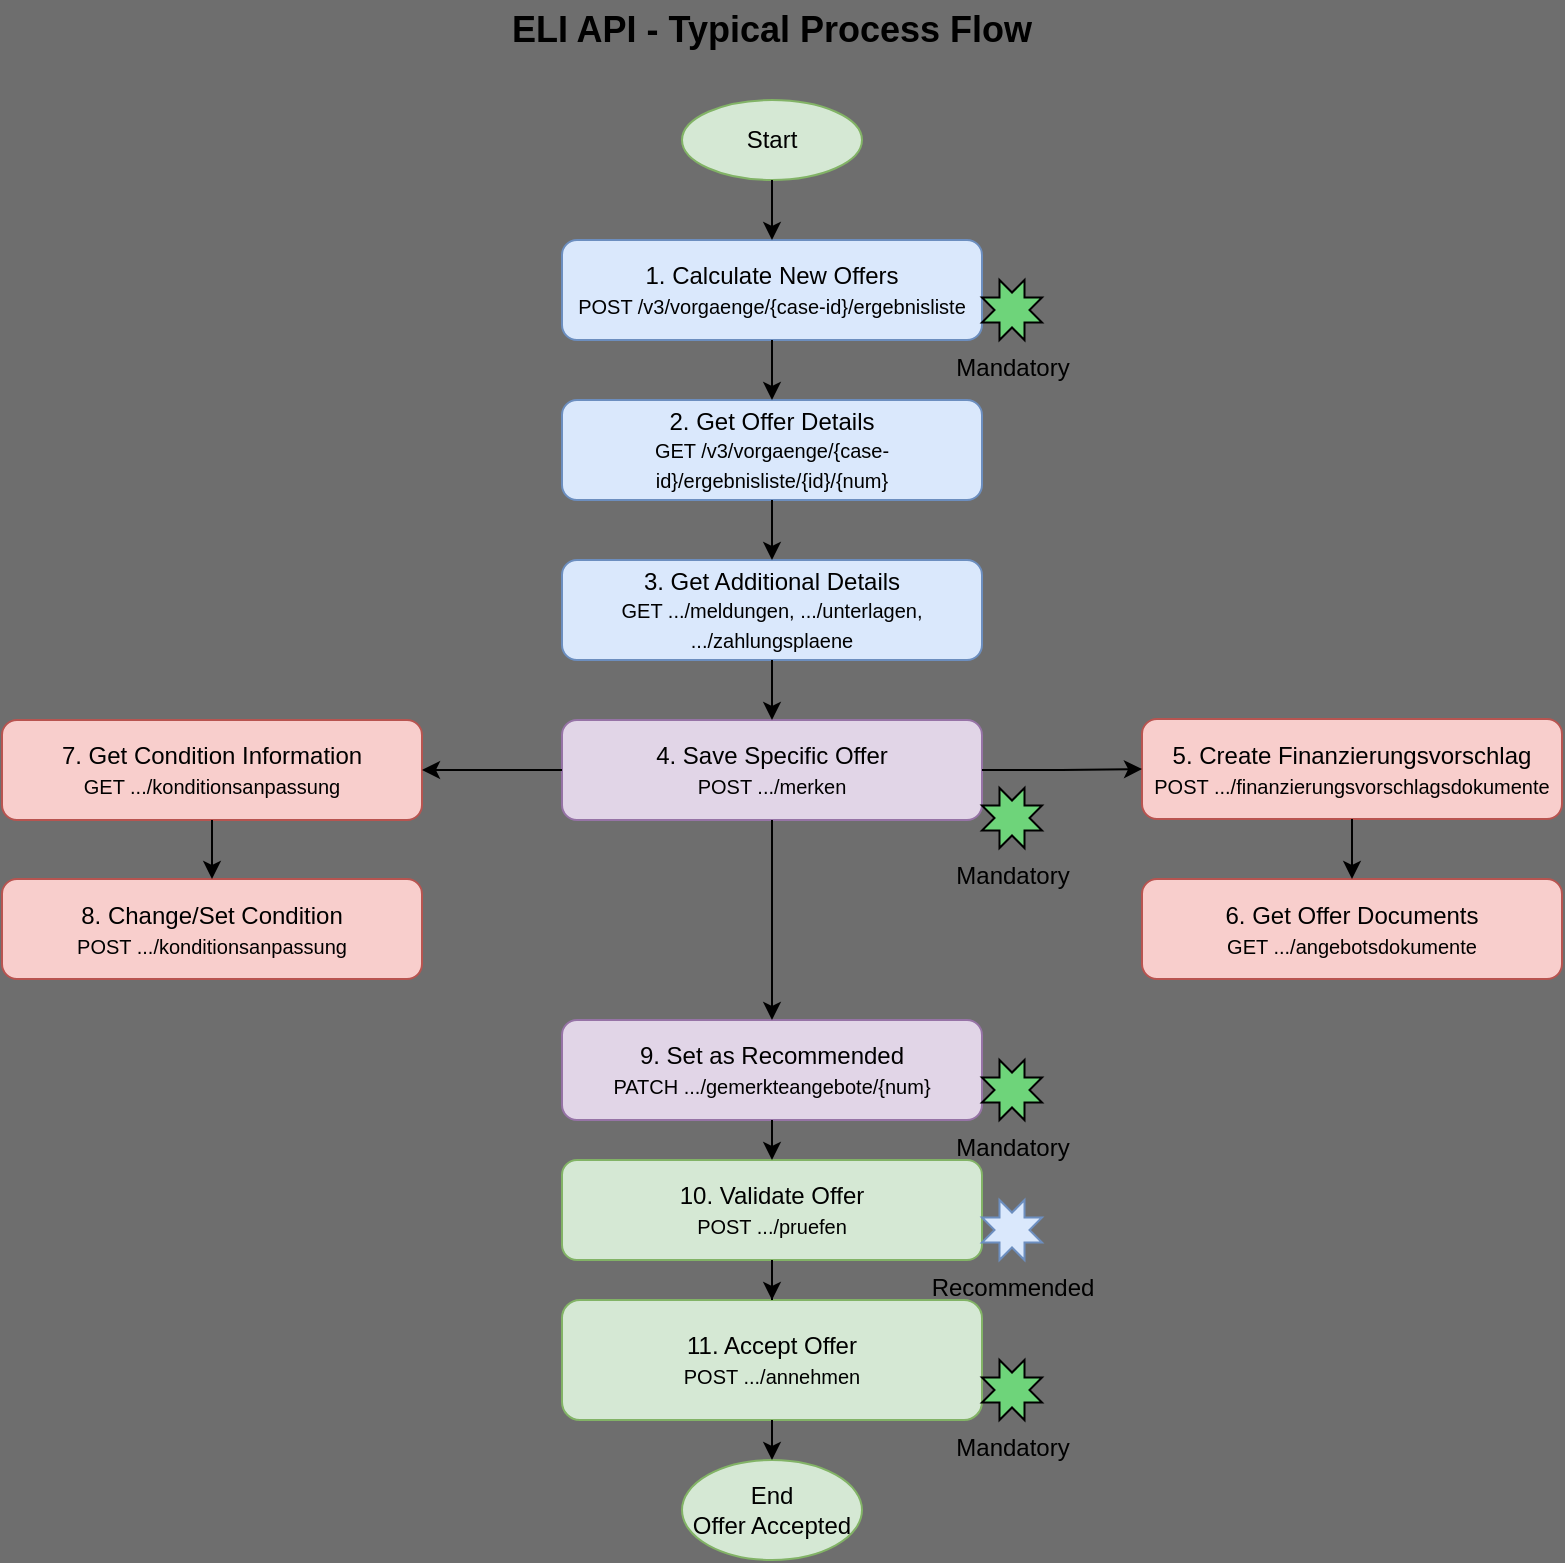
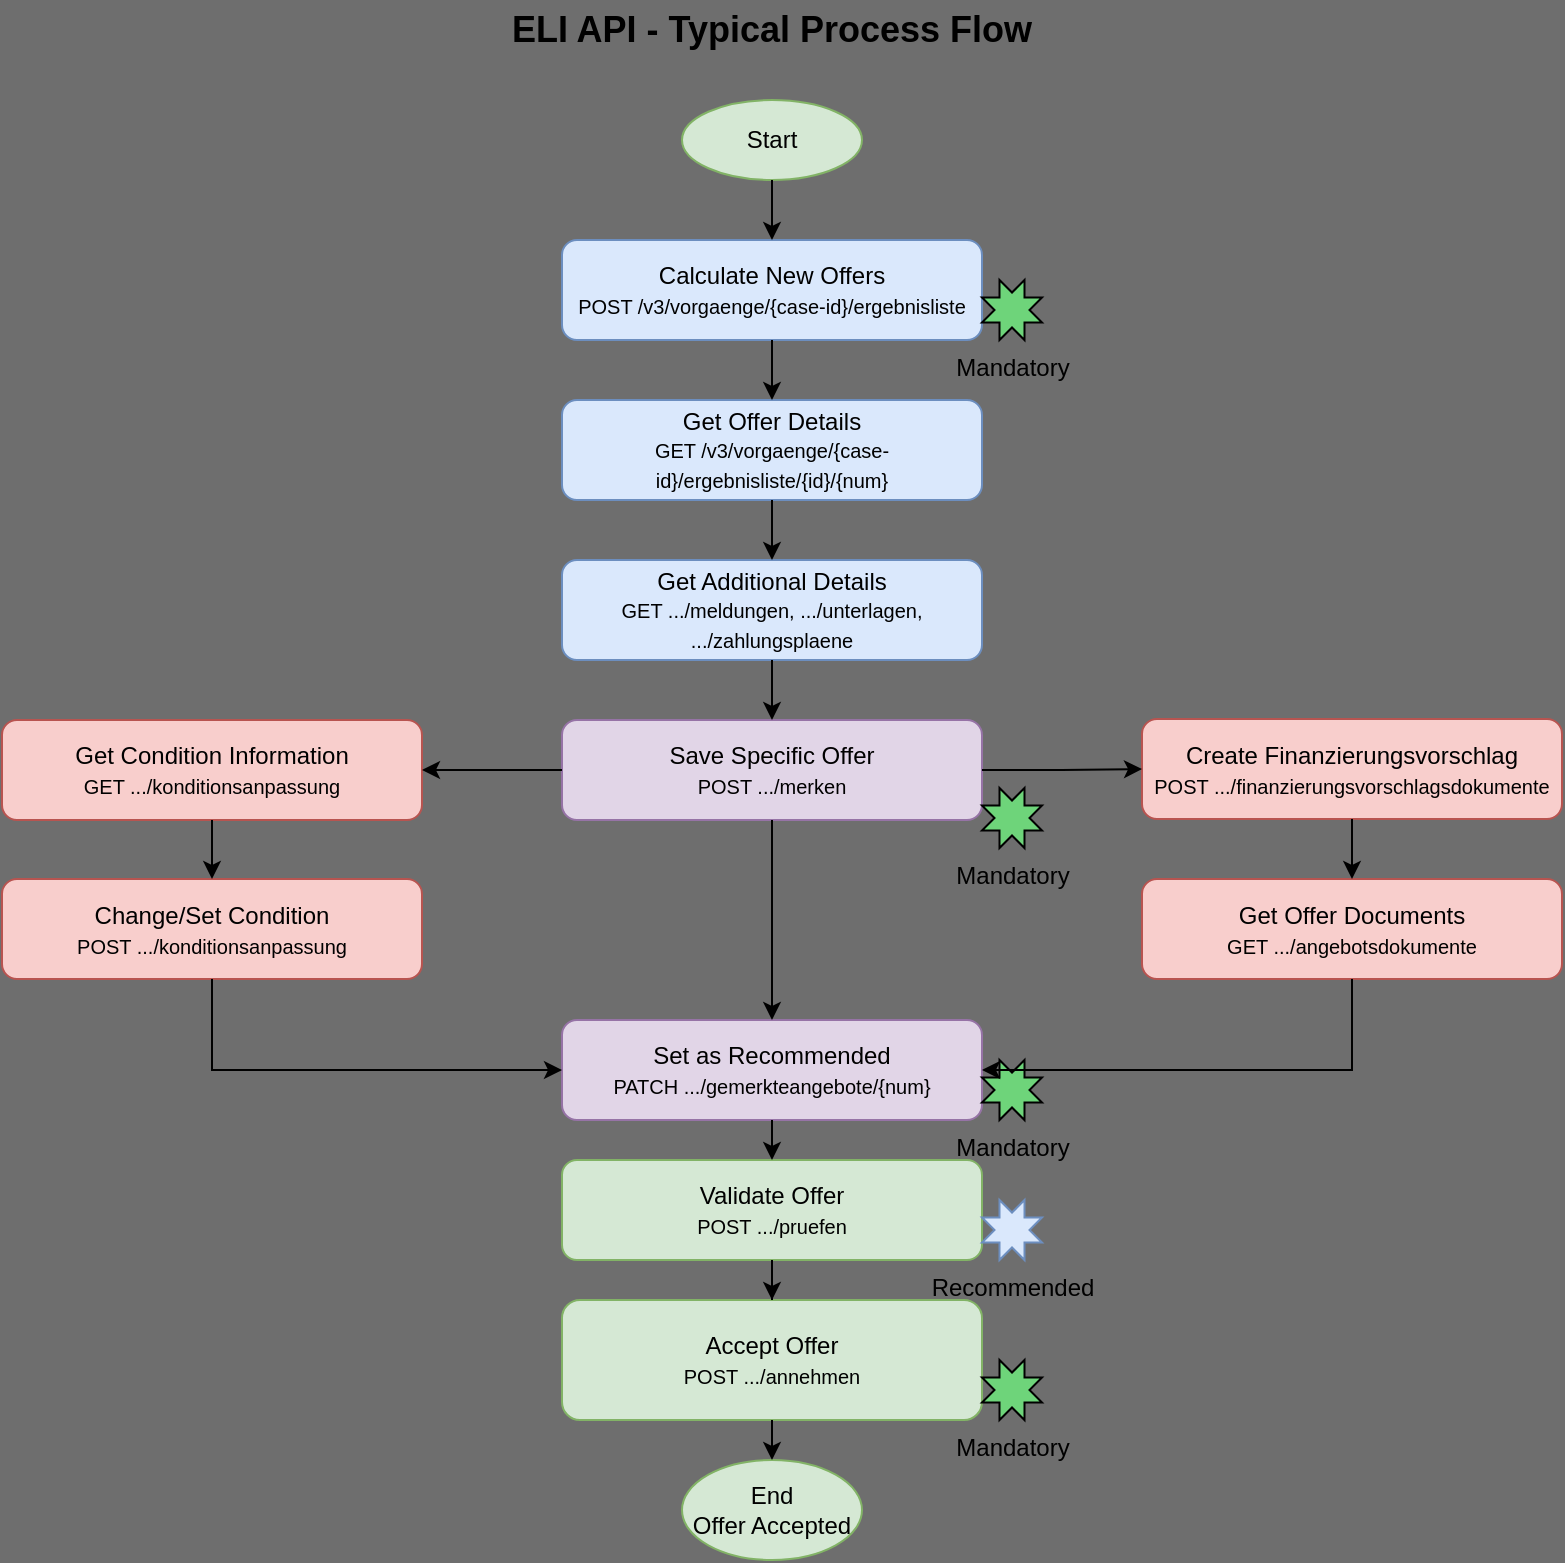
- <mxfile host="drawio-plugin" agent="Mozilla/5.0 (Macintosh; Intel Mac OS X 10_15_7) AppleWebKit/537.36 (KHTML, like Gecko) Chrome/137.0.0.0 Safari/537.36" modified="2026-03-30T13:10:43.927Z" version="22.1.22" etag="Mfh2YmzYeYYQTLVDLmNY" type="embed">
+ <mxfile host="drawio-plugin" agent="Mozilla/5.0 (Macintosh; Intel Mac OS X 10_15_7) AppleWebKit/537.36 (KHTML, like Gecko) Chrome/137.0.0.0 Safari/537.36" modified="2026-04-28T11:06:12.211Z" etag="N6H1WwX_VRLpLn1sD4N6" version="22.1.22" type="embed">
  <diagram id="ELI-API-Process-Flow" name="ELI API Process Flow">
-     <mxGraphModel dx="371" dy="394" grid="0" gridSize="10" guides="1" tooltips="1" connect="1" arrows="1" fold="1" page="1" pageScale="1" pageWidth="1169" pageHeight="827" background="#6E6E6E" math="0" shadow="0">
+     <mxGraphModel dx="839" dy="708" grid="0" gridSize="10" guides="1" tooltips="1" connect="1" arrows="1" fold="1" page="1" pageScale="1" pageWidth="1169" pageHeight="827" background="#6E6E6E" math="0" shadow="0">
      <root>
        <mxCell id="0" />
        <mxCell id="1" parent="0" />
        <mxCell id="title" value="ELI API - Typical Process Flow" style="text;html=1;align=center;verticalAlign=middle;whiteSpace=wrap;rounded=0;fontSize=18;fontStyle=1;" parent="1" vertex="1">
          <mxGeometry x="450" y="20" width="270" height="30" as="geometry" />
        </mxCell>
        <mxCell id="start" value="Start" style="ellipse;whiteSpace=wrap;html=1;fillColor=#d5e8d4;strokeColor=#82b366;" parent="1" vertex="1">
          <mxGeometry x="540" y="70" width="90" height="40" as="geometry" />
        </mxCell>
-         <mxCell id="step1" value="1. Calculate New Offers&lt;br&gt;&lt;font style=&quot;font-size: 10px;&quot;&gt;POST /v3/vorgaenge/{case-id}/ergebnisliste&lt;/font&gt;" style="rounded=1;whiteSpace=wrap;html=1;fillColor=#dae8fc;strokeColor=#6c8ebf;" parent="1" vertex="1">
+         <mxCell id="step1" value="Calculate New Offers&lt;br&gt;&lt;font style=&quot;font-size: 10px;&quot;&gt;POST /v3/vorgaenge/{case-id}/ergebnisliste&lt;/font&gt;" style="rounded=1;whiteSpace=wrap;html=1;fillColor=#dae8fc;strokeColor=#6c8ebf;" parent="1" vertex="1">
          <mxGeometry x="480" y="140" width="210" height="50" as="geometry" />
        </mxCell>
-         <mxCell id="step2" value="2. Get Offer Details&lt;br&gt;&lt;font style=&quot;font-size: 10px;&quot;&gt;GET /v3/vorgaenge/{case-id}/ergebnisliste/{id}/{num}&lt;/font&gt;" style="rounded=1;whiteSpace=wrap;html=1;fillColor=#dae8fc;strokeColor=#6c8ebf;" parent="1" vertex="1">
+         <mxCell id="step2" value="Get Offer Details&lt;br&gt;&lt;font style=&quot;font-size: 10px;&quot;&gt;GET /v3/vorgaenge/{case-id}/ergebnisliste/{id}/{num}&lt;/font&gt;" style="rounded=1;whiteSpace=wrap;html=1;fillColor=#dae8fc;strokeColor=#6c8ebf;" parent="1" vertex="1">
          <mxGeometry x="480" y="220" width="210" height="50" as="geometry" />
        </mxCell>
-         <mxCell id="step3" value="3. Get Additional Details&lt;br&gt;&lt;font style=&quot;font-size: 10px;&quot;&gt;GET .../meldungen, .../unterlagen, .../zahlungsplaene&lt;/font&gt;" style="rounded=1;whiteSpace=wrap;html=1;fillColor=#dae8fc;strokeColor=#6c8ebf;" parent="1" vertex="1">
+         <mxCell id="step3" value="Get Additional Details&lt;br&gt;&lt;font style=&quot;font-size: 10px;&quot;&gt;GET .../meldungen, .../unterlagen, .../zahlungsplaene&lt;/font&gt;" style="rounded=1;whiteSpace=wrap;html=1;fillColor=#dae8fc;strokeColor=#6c8ebf;" parent="1" vertex="1">
          <mxGeometry x="480" y="300" width="210" height="50" as="geometry" />
        </mxCell>
-         <mxCell id="step4" value="4. Save Specific Offer&lt;br&gt;&lt;font style=&quot;font-size: 10px;&quot;&gt;POST .../merken&lt;/font&gt;" style="rounded=1;whiteSpace=wrap;html=1;fillColor=#e1d5e7;strokeColor=#9673a6;" parent="1" vertex="1">
+         <mxCell id="step4" value="Save Specific Offer&lt;br&gt;&lt;font style=&quot;font-size: 10px;&quot;&gt;POST .../merken&lt;/font&gt;" style="rounded=1;whiteSpace=wrap;html=1;fillColor=#e1d5e7;strokeColor=#9673a6;" parent="1" vertex="1">
          <mxGeometry x="480" y="380" width="210" height="50" as="geometry" />
        </mxCell>
-         <mxCell id="step5" value="5. Create Finanzierungsvorschlag&lt;br&gt;&lt;font style=&quot;font-size: 10px;&quot;&gt;POST .../finanzierungsvorschlagsdokumente&lt;/font&gt;" style="rounded=1;whiteSpace=wrap;html=1;fillColor=#f8cecc;strokeColor=#b85450;" parent="1" vertex="1">
+         <mxCell id="step5" value="Create Finanzierungsvorschlag&lt;br&gt;&lt;font style=&quot;font-size: 10px;&quot;&gt;POST .../finanzierungsvorschlagsdokumente&lt;/font&gt;" style="rounded=1;whiteSpace=wrap;html=1;fillColor=#f8cecc;strokeColor=#b85450;" parent="1" vertex="1">
          <mxGeometry x="770" y="379.5" width="210" height="50" as="geometry" />
        </mxCell>
-         <mxCell id="step6" value="6. Get Offer Documents&lt;br&gt;&lt;font style=&quot;font-size: 10px;&quot;&gt;GET .../angebotsdokumente&lt;/font&gt;" style="rounded=1;whiteSpace=wrap;html=1;fillColor=#f8cecc;strokeColor=#b85450;" parent="1" vertex="1">
+         <mxCell id="step6" value="Get Offer Documents&lt;br&gt;&lt;font style=&quot;font-size: 10px;&quot;&gt;GET .../angebotsdokumente&lt;/font&gt;" style="rounded=1;whiteSpace=wrap;html=1;fillColor=#f8cecc;strokeColor=#b85450;" parent="1" vertex="1">
          <mxGeometry x="770" y="459.5" width="210" height="50" as="geometry" />
        </mxCell>
-         <mxCell id="step7" value="7. Get Condition Information&lt;br&gt;&lt;font style=&quot;font-size: 10px;&quot;&gt;GET .../konditionsanpassung&lt;/font&gt;" style="rounded=1;whiteSpace=wrap;html=1;fillColor=#f8cecc;strokeColor=#b85450;" parent="1" vertex="1">
+         <mxCell id="step7" value="Get Condition Information&lt;br&gt;&lt;font style=&quot;font-size: 10px;&quot;&gt;GET .../konditionsanpassung&lt;/font&gt;" style="rounded=1;whiteSpace=wrap;html=1;fillColor=#f8cecc;strokeColor=#b85450;" parent="1" vertex="1">
          <mxGeometry x="200" y="380" width="210" height="50" as="geometry" />
        </mxCell>
-         <mxCell id="step8" value="8. Change/Set Condition&lt;br&gt;&lt;font style=&quot;font-size: 10px;&quot;&gt;POST .../konditionsanpassung&lt;/font&gt;" style="rounded=1;whiteSpace=wrap;html=1;fillColor=#f8cecc;strokeColor=#b85450;" parent="1" vertex="1">
+         <mxCell id="step8" value="Change/Set Condition&lt;br&gt;&lt;font style=&quot;font-size: 10px;&quot;&gt;POST .../konditionsanpassung&lt;/font&gt;" style="rounded=1;whiteSpace=wrap;html=1;fillColor=#f8cecc;strokeColor=#b85450;" parent="1" vertex="1">
          <mxGeometry x="200" y="459.5" width="210" height="50" as="geometry" />
        </mxCell>
-         <mxCell id="step9" value="9. Set as Recommended&lt;br&gt;&lt;font style=&quot;font-size: 10px;&quot;&gt;PATCH .../gemerkteangebote/{num}&lt;/font&gt;" style="rounded=1;whiteSpace=wrap;html=1;fillColor=#e1d5e7;strokeColor=#9673a6;" parent="1" vertex="1">
+         <mxCell id="step9" value="Set as Recommended&lt;br&gt;&lt;font style=&quot;font-size: 10px;&quot;&gt;PATCH .../gemerkteangebote/{num}&lt;/font&gt;" style="rounded=1;whiteSpace=wrap;html=1;fillColor=#e1d5e7;strokeColor=#9673a6;" parent="1" vertex="1">
          <mxGeometry x="480" y="530" width="210" height="50" as="geometry" />
        </mxCell>
-         <mxCell id="step10" value="10. Validate Offer&lt;br&gt;&lt;font style=&quot;font-size: 10px;&quot;&gt;POST .../pruefen&lt;/font&gt;" style="rounded=1;whiteSpace=wrap;html=1;fillColor=#d5e8d4;strokeColor=#82b366;" parent="1" vertex="1">
+         <mxCell id="step10" value="Validate Offer&lt;br&gt;&lt;font style=&quot;font-size: 10px;&quot;&gt;POST .../pruefen&lt;/font&gt;" style="rounded=1;whiteSpace=wrap;html=1;fillColor=#d5e8d4;strokeColor=#82b366;" parent="1" vertex="1">
          <mxGeometry x="480" y="600" width="210" height="50" as="geometry" />
        </mxCell>
-         <mxCell id="step11" value="11. Accept Offer&lt;br&gt;&lt;font style=&quot;font-size: 10px;&quot;&gt;POST .../annehmen&lt;/font&gt;" style="rounded=1;whiteSpace=wrap;html=1;fillColor=#d5e8d4;strokeColor=#82b366;" parent="1" vertex="1">
+         <mxCell id="step11" value="Accept Offer&lt;br&gt;&lt;font style=&quot;font-size: 10px;&quot;&gt;POST .../annehmen&lt;/font&gt;" style="rounded=1;whiteSpace=wrap;html=1;fillColor=#d5e8d4;strokeColor=#82b366;" parent="1" vertex="1">
          <mxGeometry x="480" y="670" width="210" height="60" as="geometry" />
        </mxCell>
        <mxCell id="end" value="End&lt;br&gt;Offer Accepted" style="ellipse;whiteSpace=wrap;html=1;fillColor=#d5e8d4;strokeColor=#82b366;" parent="1" vertex="1">
          <mxGeometry x="540" y="750" width="90" height="50" as="geometry" />
        </mxCell>
        <mxCell id="arrow1" style="edgeStyle=orthogonalEdgeStyle;rounded=0;orthogonalLoop=1;jettySize=auto;html=1;exitX=0.5;exitY=1;exitDx=0;exitDy=0;entryX=0.5;entryY=0;entryDx=0;entryDy=0;" parent="1" source="start" target="step1" edge="1">
          <mxGeometry relative="1" as="geometry" />
        </mxCell>
        <mxCell id="arrow2" style="edgeStyle=orthogonalEdgeStyle;rounded=0;orthogonalLoop=1;jettySize=auto;html=1;exitX=0.5;exitY=1;exitDx=0;exitDy=0;entryX=0.5;entryY=0;entryDx=0;entryDy=0;" parent="1" source="step1" target="step2" edge="1">
          <mxGeometry relative="1" as="geometry" />
        </mxCell>
        <mxCell id="arrow3" style="edgeStyle=orthogonalEdgeStyle;rounded=0;orthogonalLoop=1;jettySize=auto;html=1;exitX=0.5;exitY=1;exitDx=0;exitDy=0;entryX=0.5;entryY=0;entryDx=0;entryDy=0;" parent="1" source="step2" target="step3" edge="1">
          <mxGeometry relative="1" as="geometry" />
        </mxCell>
        <mxCell id="arrow4" style="edgeStyle=orthogonalEdgeStyle;rounded=0;orthogonalLoop=1;jettySize=auto;html=1;exitX=0.5;exitY=1;exitDx=0;exitDy=0;entryX=0.5;entryY=0;entryDx=0;entryDy=0;" parent="1" source="step3" target="step4" edge="1">
          <mxGeometry relative="1" as="geometry" />
        </mxCell>
        <mxCell id="arrow5a" style="edgeStyle=orthogonalEdgeStyle;rounded=0;orthogonalLoop=1;jettySize=auto;html=1;exitX=1;exitY=0.5;exitDx=0;exitDy=0;entryX=0;entryY=0.5;entryDx=0;entryDy=0;" parent="1" source="step4" target="step5" edge="1">
          <mxGeometry relative="1" as="geometry" />
        </mxCell>
        <mxCell id="arrow5b" style="edgeStyle=orthogonalEdgeStyle;rounded=0;orthogonalLoop=1;jettySize=auto;html=1;exitX=0.5;exitY=1;exitDx=0;exitDy=0;entryX=0.5;entryY=0;entryDx=0;entryDy=0;" parent="1" source="step5" target="step6" edge="1">
          <mxGeometry relative="1" as="geometry" />
        </mxCell>
        <mxCell id="arrow7" style="edgeStyle=orthogonalEdgeStyle;rounded=0;orthogonalLoop=1;jettySize=auto;html=1;exitX=0.5;exitY=1;exitDx=0;exitDy=0;entryX=0.5;entryY=0;entryDx=0;entryDy=0;" parent="1" source="step7" target="step8" edge="1">
          <mxGeometry relative="1" as="geometry" />
        </mxCell>
        <mxCell id="arrow8" style="edgeStyle=orthogonalEdgeStyle;rounded=0;orthogonalLoop=1;jettySize=auto;html=1;entryX=0.5;entryY=0;entryDx=0;entryDy=0;exitX=0.5;exitY=1;exitDx=0;exitDy=0;" parent="1" source="step4" target="step9" edge="1">
          <mxGeometry relative="1" as="geometry">
            <mxPoint x="620" y="440" as="sourcePoint" />
          </mxGeometry>
        </mxCell>
        <mxCell id="arrow9" style="edgeStyle=orthogonalEdgeStyle;rounded=0;orthogonalLoop=1;jettySize=auto;html=1;exitX=0.5;exitY=1;exitDx=0;exitDy=0;entryX=0.5;entryY=0;entryDx=0;entryDy=0;" parent="1" source="step9" target="step10" edge="1">
          <mxGeometry relative="1" as="geometry" />
        </mxCell>
        <mxCell id="arrow10" style="edgeStyle=orthogonalEdgeStyle;rounded=0;orthogonalLoop=1;jettySize=auto;html=1;exitX=0.5;exitY=1;exitDx=0;exitDy=0;" parent="1" source="step10" target="step11" edge="1">
          <mxGeometry relative="1" as="geometry" />
        </mxCell>
-         <mxCell id="2" style="edgeStyle=orthogonalEdgeStyle;rounded=0;orthogonalLoop=1;jettySize=auto;html=1;exitX=0;exitY=0.5;exitDx=0;exitDy=0;entryX=1;entryY=0.5;entryDx=0;entryDy=0;" edge="1" parent="1" source="step4" target="step7">
+         <mxCell id="2" style="edgeStyle=orthogonalEdgeStyle;rounded=0;orthogonalLoop=1;jettySize=auto;html=1;exitX=0;exitY=0.5;exitDx=0;exitDy=0;entryX=1;entryY=0.5;entryDx=0;entryDy=0;" parent="1" source="step4" target="step7" edge="1">
          <mxGeometry relative="1" as="geometry">
            <mxPoint x="700" y="415" as="sourcePoint" />
            <mxPoint x="790" y="415" as="targetPoint" />
          </mxGeometry>
        </mxCell>
-         <mxCell id="3" style="edgeStyle=orthogonalEdgeStyle;rounded=0;orthogonalLoop=1;jettySize=auto;html=1;entryX=0.5;entryY=0;entryDx=0;entryDy=0;exitX=0.5;exitY=1;exitDx=0;exitDy=0;" edge="1" parent="1" source="step11" target="end">
+         <mxCell id="3" style="edgeStyle=orthogonalEdgeStyle;rounded=0;orthogonalLoop=1;jettySize=auto;html=1;entryX=0.5;entryY=0;entryDx=0;entryDy=0;exitX=0.5;exitY=1;exitDx=0;exitDy=0;" parent="1" source="step11" target="end" edge="1">
          <mxGeometry relative="1" as="geometry">
            <mxPoint x="590" y="740" as="sourcePoint" />
            <mxPoint x="595" y="680" as="targetPoint" />
          </mxGeometry>
        </mxCell>
-         <mxCell id="6" value="Mandatory" style="verticalLabelPosition=bottom;verticalAlign=top;html=1;shape=mxgraph.basic.8_point_star;gradientColor=none;fillColor=#6ed47a;" vertex="1" parent="1">
+         <mxCell id="6" value="Mandatory" style="verticalLabelPosition=bottom;verticalAlign=top;html=1;shape=mxgraph.basic.8_point_star;gradientColor=none;fillColor=#6ed47a;" parent="1" vertex="1">
          <mxGeometry x="690" y="414" width="30" height="30" as="geometry" />
        </mxCell>
-         <mxCell id="7" value="Mandatory" style="verticalLabelPosition=bottom;verticalAlign=top;html=1;shape=mxgraph.basic.8_point_star;gradientColor=none;fillColor=#6ed47a;" vertex="1" parent="1">
+         <mxCell id="7" value="Mandatory" style="verticalLabelPosition=bottom;verticalAlign=top;html=1;shape=mxgraph.basic.8_point_star;gradientColor=none;fillColor=#6ed47a;" parent="1" vertex="1">
          <mxGeometry x="690" y="160" width="30" height="30" as="geometry" />
        </mxCell>
-         <mxCell id="8" value="Mandatory" style="verticalLabelPosition=bottom;verticalAlign=top;html=1;shape=mxgraph.basic.8_point_star;gradientColor=none;fillColor=#6ed47a;" vertex="1" parent="1">
+         <mxCell id="8" value="Mandatory" style="verticalLabelPosition=bottom;verticalAlign=top;html=1;shape=mxgraph.basic.8_point_star;gradientColor=none;fillColor=#6ed47a;" parent="1" vertex="1">
          <mxGeometry x="690" y="550" width="30" height="30" as="geometry" />
        </mxCell>
-         <mxCell id="9" value="Mandatory" style="verticalLabelPosition=bottom;verticalAlign=top;html=1;shape=mxgraph.basic.8_point_star;gradientColor=none;fillColor=#6ed47a;" vertex="1" parent="1">
+         <mxCell id="9" value="Mandatory" style="verticalLabelPosition=bottom;verticalAlign=top;html=1;shape=mxgraph.basic.8_point_star;gradientColor=none;fillColor=#6ed47a;" parent="1" vertex="1">
          <mxGeometry x="690" y="700" width="30" height="30" as="geometry" />
        </mxCell>
-         <mxCell id="10" value="Recommended" style="verticalLabelPosition=bottom;verticalAlign=top;html=1;shape=mxgraph.basic.8_point_star;fillColor=#dae8fc;strokeColor=#6c8ebf;" vertex="1" parent="1">
+         <mxCell id="10" value="Recommended" style="verticalLabelPosition=bottom;verticalAlign=top;html=1;shape=mxgraph.basic.8_point_star;fillColor=#dae8fc;strokeColor=#6c8ebf;" parent="1" vertex="1">
          <mxGeometry x="690" y="620" width="30" height="30" as="geometry" />
+         </mxCell>
+         <mxCell id="11" style="edgeStyle=orthogonalEdgeStyle;rounded=0;orthogonalLoop=1;jettySize=auto;html=1;entryX=0;entryY=0.5;entryDx=0;entryDy=0;exitX=0.5;exitY=1;exitDx=0;exitDy=0;" edge="1" parent="1" source="step8" target="step9">
+           <mxGeometry relative="1" as="geometry">
+             <mxPoint x="595" y="440" as="sourcePoint" />
+             <mxPoint x="595" y="540" as="targetPoint" />
+           </mxGeometry>
+         </mxCell>
+         <mxCell id="12" style="edgeStyle=orthogonalEdgeStyle;rounded=0;orthogonalLoop=1;jettySize=auto;html=1;entryX=1;entryY=0.5;entryDx=0;entryDy=0;exitX=0.5;exitY=1;exitDx=0;exitDy=0;" edge="1" parent="1" source="step6" target="step9">
+           <mxGeometry relative="1" as="geometry">
+             <mxPoint x="605" y="450" as="sourcePoint" />
+             <mxPoint x="605" y="550" as="targetPoint" />
+           </mxGeometry>
        </mxCell>
      </root>
    </mxGraphModel>
  </diagram>
</mxfile>
